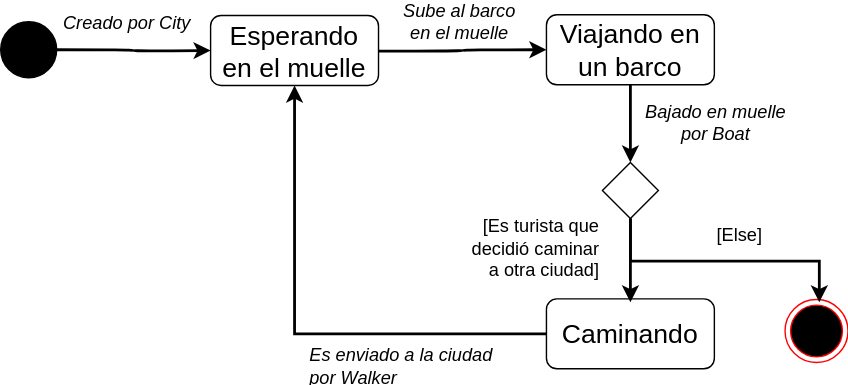
The draw.io diagram informe/img/estados-pasajero.svg in concurrentes/tp1, before a commit. Source tidied: cells renumbered, new cells last; positions are measured from the earlier drawing's top-left corner, leaving out a move shared by most shapes.
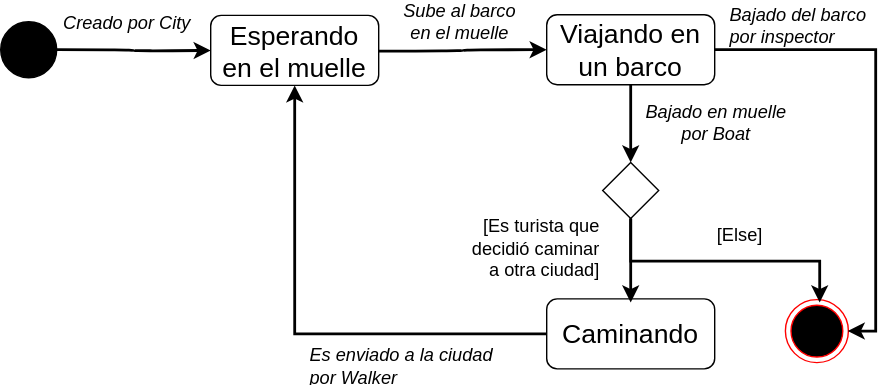
Above is the later version.

Commit message:
Corrección diagrama de estados

Diff of the diagram source:
```diff
@@ -29,6 +29,9 @@
     <mxCell id="8" value="Esperando en el muelle" style="shape=rect;rounded=1;html=1;whiteSpace=wrap;align=center;strokeColor=#000000;strokeWidth=1;fillColor=#ffffff;gradientColor=none;fontSize=19;fontColor=#000000;" parent="1" vertex="1">
       <mxGeometry x="150" y="0.5" width="120" height="50" as="geometry" />
     </mxCell>
+    <mxCell id="18" style="edgeStyle=orthogonalEdgeStyle;rounded=0;html=1;exitX=1;exitY=0.5;entryX=1;entryY=0.5;endArrow=classic;endFill=1;endSize=6;jettySize=auto;strokeColor=#000000;strokeWidth=2;fontSize=13;fontColor=#000000;" parent="1" edge="1" source="9" target="4">
+      <mxGeometry relative="1" as="geometry" />
+    </mxCell>
     <mxCell id="9" value="Viajando en un barco" style="shape=rect;rounded=1;html=1;whiteSpace=wrap;align=center;strokeColor=#000000;strokeWidth=1;fillColor=#ffffff;gradientColor=none;fontSize=19;fontColor=#000000;" parent="1" vertex="1">
       <mxGeometry x="390" width="120" height="50" as="geometry" />
     </mxCell>
@@ -65,5 +68,8 @@
     <mxCell id="17" value="Es enviado a la ciudad&lt;br&gt;por Walker&lt;br&gt;" style="text;html=1;align=left;verticalAlign=top;spacingTop=-4;fontSize=13;fontColor=#000000;fontStyle=2;" parent="1" vertex="1">
       <mxGeometry x="218.5" y="233" width="150" height="30" as="geometry" />
     </mxCell>
+    <mxCell id="19" value="Bajado del barco&lt;br&gt;por inspector&lt;br&gt;" style="text;html=1;align=left;verticalAlign=top;spacingTop=-4;fontSize=13;fontColor=#000000;fontStyle=2;" parent="1" vertex="1">
+      <mxGeometry x="519" y="-10" width="110" height="30" as="geometry" />
+    </mxCell>
   </root>
 </mxGraphModel>
```
